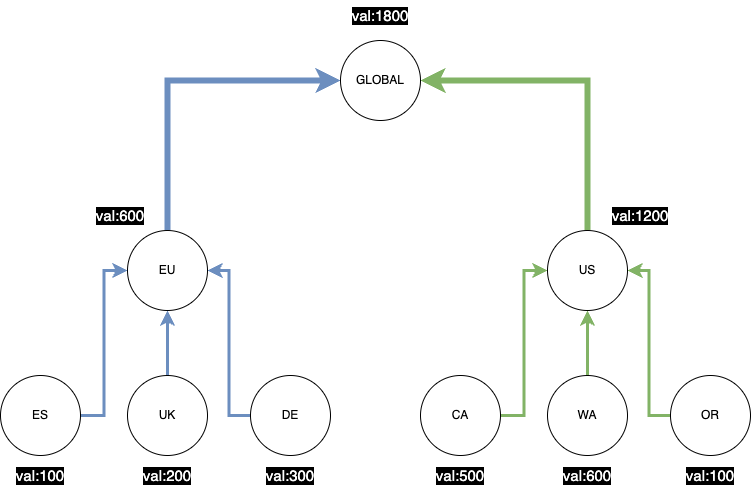
Before: adr/images/0048-sources.png, a diagram exported from draw.io (nats-io/nats-client-functionality-record). Source tidied: cells renumbered, new cells last; positions are measured from the earlier drawing's top-left corner, leaving out a move shared by most shapes.
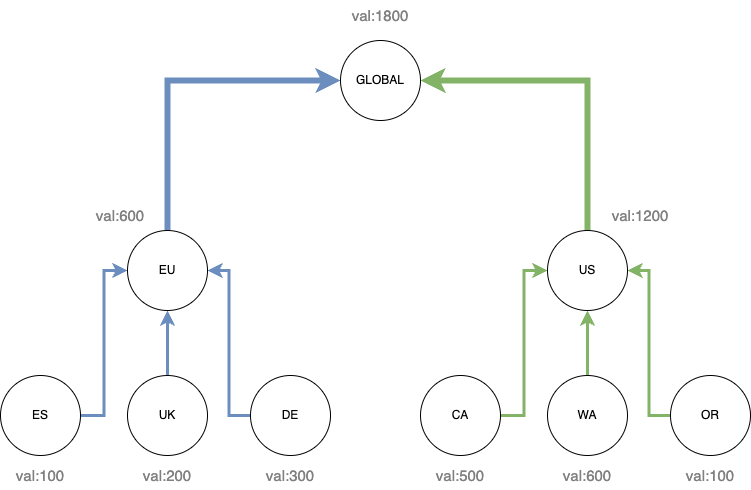
After the commit.

Commit message:
Better labels for github dark mode

The edit, as a diff of the source:
```diff
@@ -53,31 +53,31 @@
     <mxCell id="18" value="GLOBAL" style="ellipse;whiteSpace=wrap;html=1;" parent="1" vertex="1">
       <mxGeometry x="340" y="40" width="80" height="80" as="geometry" />
     </mxCell>
-    <mxCell id="19" value="val:100" style="text;strokeColor=none;align=center;fillColor=none;html=1;verticalAlign=middle;whiteSpace=wrap;rounded=0;fontSize=15;labelBackgroundColor=#000000;fontColor=#FFFFFF;" parent="1" vertex="1">
+    <mxCell id="19" value="val:100" style="text;strokeColor=none;align=center;fillColor=none;html=1;verticalAlign=middle;whiteSpace=wrap;rounded=0;fontSize=15;labelBackgroundColor=none;fontColor=#808080;" parent="1" vertex="1">
       <mxGeometry x="10" y="460" width="60" height="30" as="geometry" />
     </mxCell>
-    <mxCell id="20" value="val:200" style="text;strokeColor=none;align=center;fillColor=none;html=1;verticalAlign=middle;whiteSpace=wrap;rounded=0;fontSize=15;labelBackgroundColor=#000000;fontColor=#FFFFFF;" parent="1" vertex="1">
+    <mxCell id="20" value="val:200" style="text;strokeColor=none;align=center;fillColor=none;html=1;verticalAlign=middle;whiteSpace=wrap;rounded=0;fontSize=15;labelBackgroundColor=none;fontColor=#808080;" parent="1" vertex="1">
       <mxGeometry x="137" y="460" width="60" height="30" as="geometry" />
     </mxCell>
-    <mxCell id="21" value="val:300" style="text;strokeColor=none;align=center;fillColor=none;html=1;verticalAlign=middle;whiteSpace=wrap;rounded=0;fontSize=15;labelBackgroundColor=#000000;fontColor=#FFFFFF;" parent="1" vertex="1">
+    <mxCell id="21" value="val:300" style="text;strokeColor=none;align=center;fillColor=none;html=1;verticalAlign=middle;whiteSpace=wrap;rounded=0;fontSize=15;labelBackgroundColor=none;fontColor=#808080;" parent="1" vertex="1">
       <mxGeometry x="260" y="460" width="60" height="30" as="geometry" />
     </mxCell>
-    <mxCell id="22" value="val:600" style="text;strokeColor=none;align=center;fillColor=none;html=1;verticalAlign=middle;whiteSpace=wrap;rounded=0;fontSize=15;labelBackgroundColor=#000000;fontColor=#FFFFFF;" parent="1" vertex="1">
+    <mxCell id="22" value="val:600" style="text;strokeColor=none;align=center;fillColor=none;html=1;verticalAlign=middle;whiteSpace=wrap;rounded=0;fontSize=15;labelBackgroundColor=none;fontColor=#808080;" parent="1" vertex="1">
       <mxGeometry x="90" y="200" width="60" height="30" as="geometry" />
     </mxCell>
-    <mxCell id="23" value="val:500" style="text;strokeColor=none;align=center;fillColor=none;html=1;verticalAlign=middle;whiteSpace=wrap;rounded=0;fontSize=15;labelBackgroundColor=#000000;fontColor=#FFFFFF;" parent="1" vertex="1">
+    <mxCell id="23" value="val:500" style="text;strokeColor=none;align=center;fillColor=none;html=1;verticalAlign=middle;whiteSpace=wrap;rounded=0;fontSize=15;labelBackgroundColor=none;fontColor=#808080;" parent="1" vertex="1">
       <mxGeometry x="430" y="460" width="60" height="30" as="geometry" />
     </mxCell>
-    <mxCell id="24" value="val:600" style="text;strokeColor=none;align=center;fillColor=none;html=1;verticalAlign=middle;whiteSpace=wrap;rounded=0;fontSize=15;labelBackgroundColor=#000000;fontColor=#FFFFFF;" parent="1" vertex="1">
+    <mxCell id="24" value="val:600" style="text;strokeColor=none;align=center;fillColor=none;html=1;verticalAlign=middle;whiteSpace=wrap;rounded=0;fontSize=15;labelBackgroundColor=none;fontColor=#808080;" parent="1" vertex="1">
       <mxGeometry x="557" y="460" width="60" height="30" as="geometry" />
     </mxCell>
-    <mxCell id="25" value="val:100" style="text;strokeColor=none;align=center;fillColor=none;html=1;verticalAlign=middle;whiteSpace=wrap;rounded=0;fontSize=15;labelBackgroundColor=#000000;fontColor=#FFFFFF;" parent="1" vertex="1">
+    <mxCell id="25" value="val:100" style="text;strokeColor=none;align=center;fillColor=none;html=1;verticalAlign=middle;whiteSpace=wrap;rounded=0;fontSize=15;labelBackgroundColor=none;fontColor=#808080;" parent="1" vertex="1">
       <mxGeometry x="680" y="460" width="60" height="30" as="geometry" />
     </mxCell>
-    <mxCell id="26" value="val:1200" style="text;strokeColor=none;align=center;fillColor=none;html=1;verticalAlign=middle;whiteSpace=wrap;rounded=0;fontSize=15;labelBackgroundColor=#000000;fontColor=#FFFFFF;" parent="1" vertex="1">
+    <mxCell id="26" value="val:1200" style="text;strokeColor=none;align=center;fillColor=none;html=1;verticalAlign=middle;whiteSpace=wrap;rounded=0;fontSize=15;labelBackgroundColor=none;fontColor=#808080;" parent="1" vertex="1">
       <mxGeometry x="610" y="200" width="60" height="30" as="geometry" />
     </mxCell>
-    <mxCell id="27" value="val:1800" style="text;strokeColor=none;align=center;fillColor=none;html=1;verticalAlign=middle;whiteSpace=wrap;rounded=0;fontSize=15;labelBackgroundColor=#000000;fontColor=#FFFFFF;" parent="1" vertex="1">
+    <mxCell id="27" value="val:1800" style="text;strokeColor=none;align=center;fillColor=none;html=1;verticalAlign=middle;whiteSpace=wrap;rounded=0;fontSize=15;labelBackgroundColor=none;fontColor=#808080;" parent="1" vertex="1">
       <mxGeometry x="350" width="60" height="30" as="geometry" />
     </mxCell>
   </root>
```
